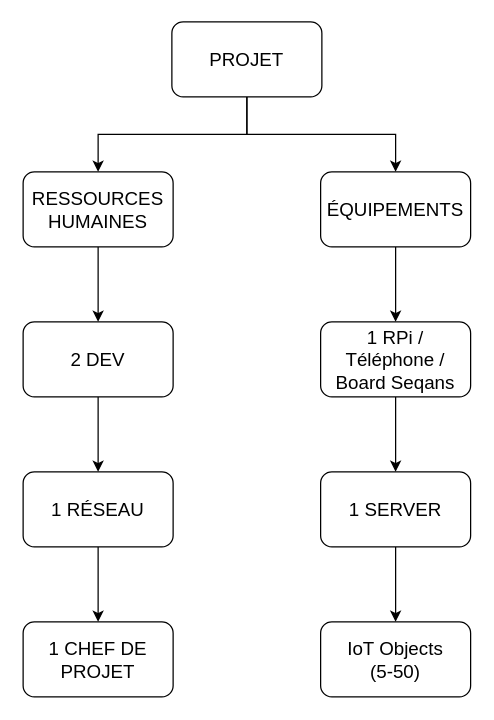
Above: docs/RBS.drawio in RafaLe0/3SI2-OTA-PA (draw.io), before the change. Source tidied: cells renumbered, new cells numbered last; positions are measured from the earlier drawing's top-left corner, leaving out a move shared by most shapes. Both pictures are drawn from the tidied source at 125%, with x=0, y=0 at pixel (22, 21).
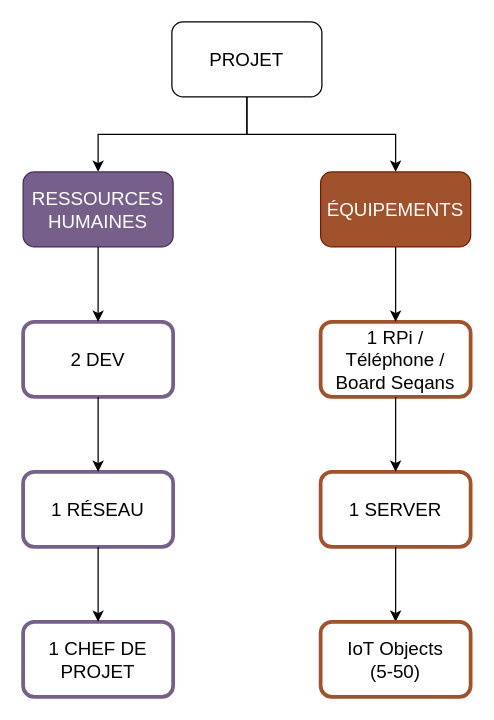
The same page after the edit.

The edit, as a diff of the source:
```diff
@@
-    <mxCell id="6" value="&lt;font style=&quot;font-size: 15px;&quot;&gt;RESSOURCES&lt;br&gt;HUMAINES&lt;/font&gt;" style="rounded=1;whiteSpace=wrap;html=1;" parent="1" vertex="1">
+    <mxCell id="6" value="&lt;font style=&quot;font-size: 15px;&quot;&gt;RESSOURCES&lt;br&gt;HUMAINES&lt;/font&gt;" style="rounded=1;whiteSpace=wrap;html=1;fillColor=#76608a;fontColor=#ffffff;strokeColor=#432D57;" parent="1" vertex="1">
       <mxGeometry y="120" width="120" height="60" as="geometry" />
     </mxCell>
-    <mxCell id="7" value="&lt;span style=&quot;font-size: 15px;&quot;&gt;ÉQUIPEMENTS&lt;/span&gt;" style="rounded=1;whiteSpace=wrap;html=1;" parent="1" vertex="1">
+    <mxCell id="7" value="&lt;span style=&quot;font-size: 15px;&quot;&gt;ÉQUIPEMENTS&lt;/span&gt;" style="rounded=1;whiteSpace=wrap;html=1;fillColor=#a0522d;fontColor=#ffffff;strokeColor=#6D1F00;" parent="1" vertex="1">
       <mxGeometry x="238" y="120" width="120" height="60" as="geometry" />
     </mxCell>
@@
-    <mxCell id="9" value="&lt;span style=&quot;font-size: 15px;&quot;&gt;2 DEV&lt;/span&gt;" style="rounded=1;whiteSpace=wrap;html=1;" parent="1" vertex="1">
+    <mxCell id="9" value="&lt;span style=&quot;font-size: 15px;&quot;&gt;2 DEV&lt;/span&gt;" style="rounded=1;whiteSpace=wrap;html=1;strokeColor=#76608A;strokeWidth=3;" parent="1" vertex="1">
       <mxGeometry y="240" width="120" height="60" as="geometry" />
     </mxCell>
-    <mxCell id="10" value="&lt;span style=&quot;font-size: 15px;&quot;&gt;1 RÉSEAU&lt;/span&gt;" style="rounded=1;whiteSpace=wrap;html=1;" parent="1" vertex="1">
+    <mxCell id="10" value="&lt;span style=&quot;font-size: 15px;&quot;&gt;1 RÉSEAU&lt;/span&gt;" style="rounded=1;whiteSpace=wrap;html=1;strokeColor=#76608A;strokeWidth=3;" parent="1" vertex="1">
       <mxGeometry y="360" width="120" height="60" as="geometry" />
     </mxCell>
@@
-    <mxCell id="13" value="&lt;span style=&quot;font-size: 15px;&quot;&gt;1 RPi / Téléphone / Board Seqans&lt;/span&gt;" style="rounded=1;whiteSpace=wrap;html=1;" parent="1" vertex="1">
+    <mxCell id="13" value="&lt;span style=&quot;font-size: 15px;&quot;&gt;1 RPi / Téléphone / Board Seqans&lt;/span&gt;" style="rounded=1;whiteSpace=wrap;html=1;strokeColor=#A0522D;strokeWidth=3;" parent="1" vertex="1">
       <mxGeometry x="238" y="240" width="120" height="60" as="geometry" />
     </mxCell>
@@
-    <mxCell id="15" value="&lt;span style=&quot;font-size: 15px;&quot;&gt;1 SERVER&lt;/span&gt;" style="rounded=1;whiteSpace=wrap;html=1;" parent="1" vertex="1">
+    <mxCell id="15" value="&lt;span style=&quot;font-size: 15px;&quot;&gt;1 SERVER&lt;/span&gt;" style="rounded=1;whiteSpace=wrap;html=1;strokeColor=#A0522D;strokeWidth=3;" parent="1" vertex="1">
       <mxGeometry x="238" y="360" width="120" height="60" as="geometry" />
     </mxCell>
@@
-    <mxCell id="17" value="&lt;span style=&quot;font-size: 15px;&quot;&gt;1 CHEF DE PROJET&lt;/span&gt;" style="rounded=1;whiteSpace=wrap;html=1;" parent="1" vertex="1">
+    <mxCell id="17" value="&lt;span style=&quot;font-size: 15px;&quot;&gt;1 CHEF DE PROJET&lt;/span&gt;" style="rounded=1;whiteSpace=wrap;html=1;strokeColor=#76608A;strokeWidth=3;" parent="1" vertex="1">
       <mxGeometry y="480" width="120" height="60" as="geometry" />
     </mxCell>
@@
-    <mxCell id="20" value="&lt;span style=&quot;font-size: 15px;&quot;&gt;IoT Objects&lt;br&gt;(5-50)&lt;/span&gt;" style="rounded=1;whiteSpace=wrap;html=1;" parent="1" vertex="1">
+    <mxCell id="20" value="&lt;span style=&quot;font-size: 15px;&quot;&gt;IoT Objects&lt;br&gt;(5-50)&lt;/span&gt;" style="rounded=1;whiteSpace=wrap;html=1;strokeColor=#A0522D;strokeWidth=3;" parent="1" vertex="1">
       <mxGeometry x="238" y="480" width="120" height="60" as="geometry" />
     </mxCell>
```
